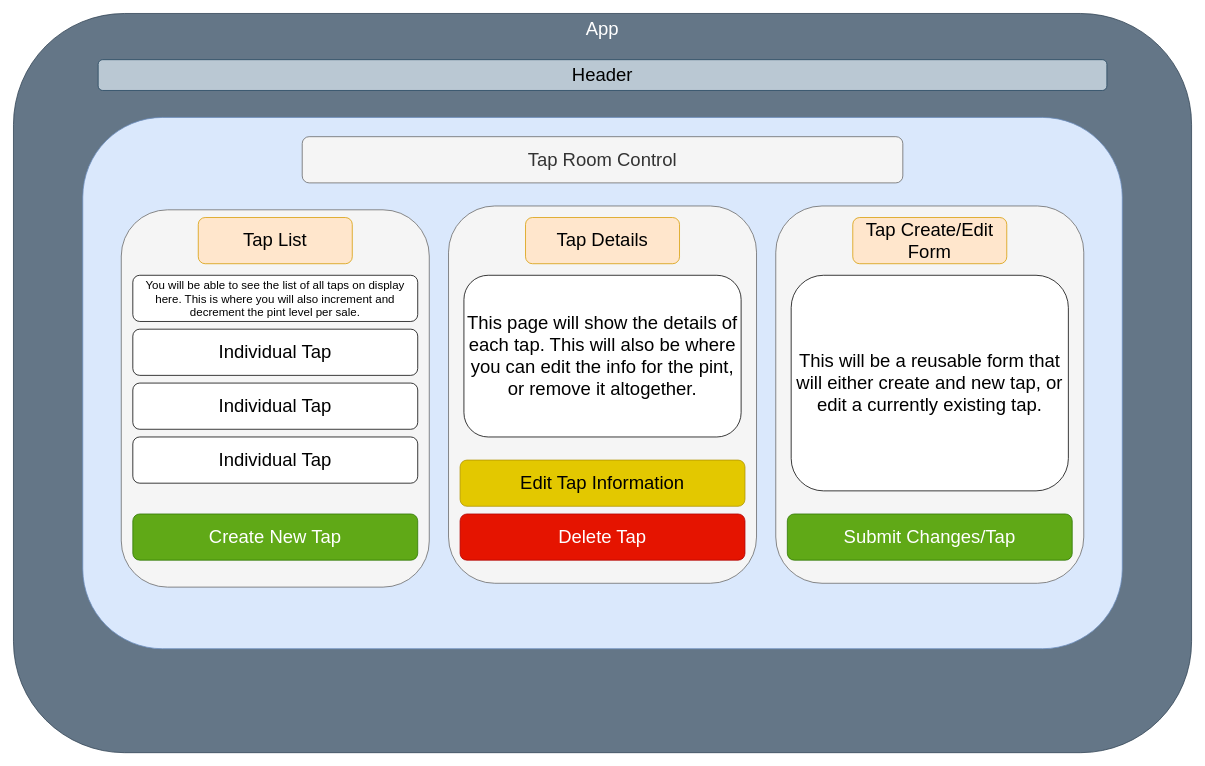
JesseDWhite/wish-you-were-beer-2 keeps this draw.io diagram as component-diagram.drawio. Above is the earlier version. Source tidied: cells renumbered, new cells numbered last; positions are measured from the earlier drawing's top-left corner, leaving out a move shared by most shapes. Both pictures are drawn from the tidied source at 77%, with x=0, y=0 at pixel (13, 13).
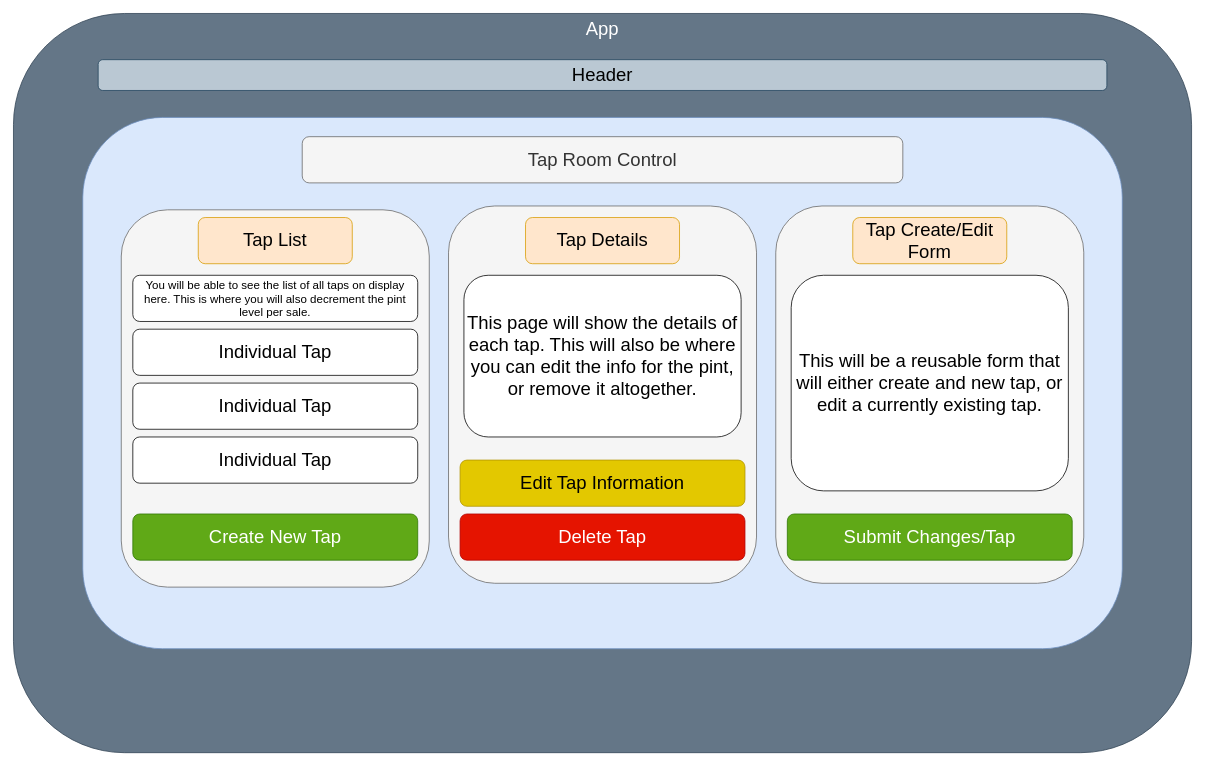
The same page after the edit.

Diff of the diagram source:
```diff
@@
-    <mxCell id="12" value="You will be able to see the list of all taps on display here. This is where you will also increment and decrement the pint level per sale." style="rounded=1;whiteSpace=wrap;html=1;fontSize=15;verticalAlign=middle;" parent="1" vertex="1">
+    <mxCell id="12" value="You will be able to see the list of all taps on display here. This is where you will also decrement the pint level per sale." style="rounded=1;whiteSpace=wrap;html=1;fontSize=15;verticalAlign=middle;" parent="1" vertex="1">
       <mxGeometry x="155" y="340" width="370" height="60" as="geometry" />
     </mxCell>
```
